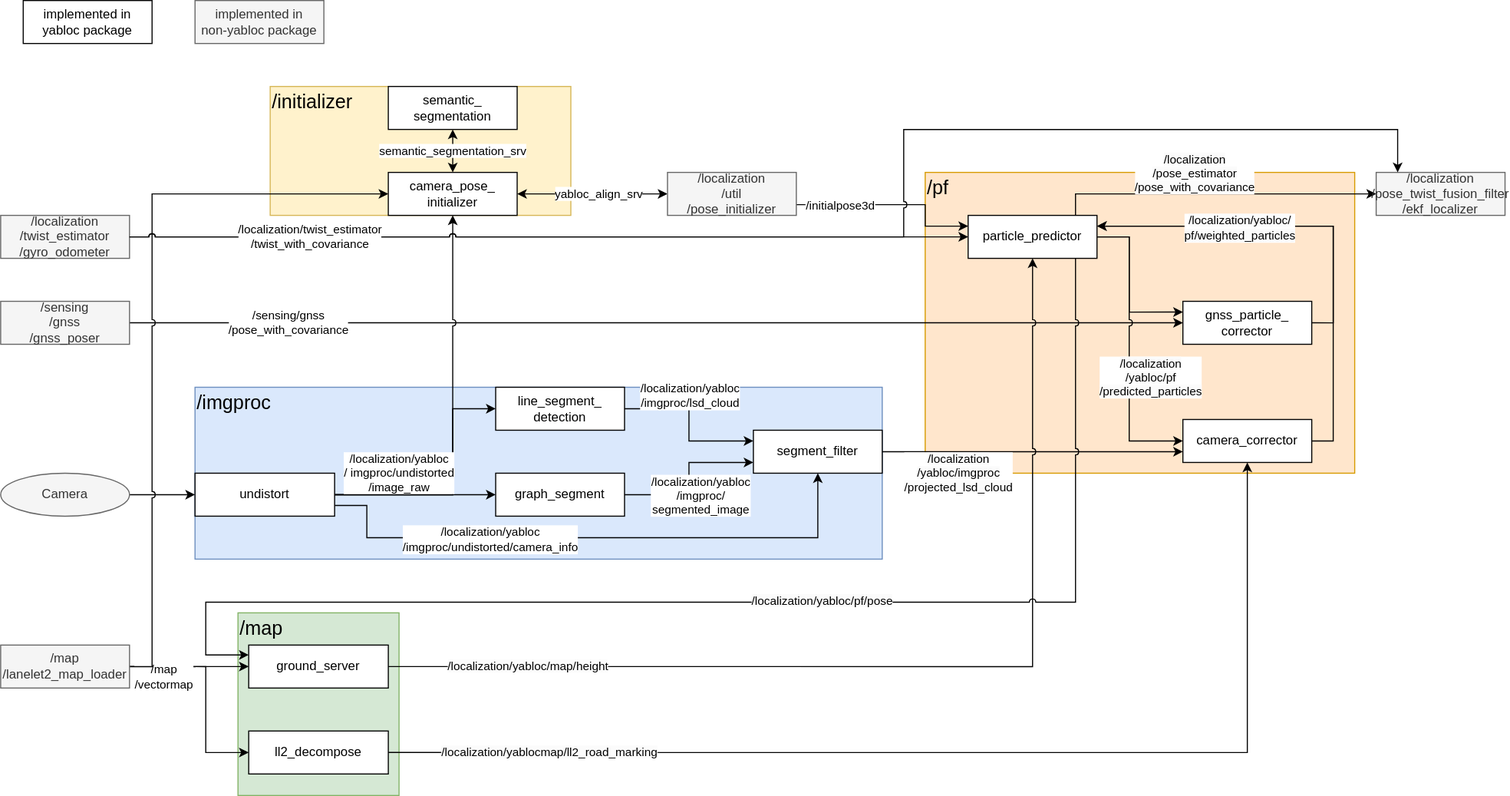
Before: localization/yabloc/docs/yabloc_architecture.drawio.svg, a diagram exported from draw.io (autowarefoundation/autoware.universe). Source tidied: cells renumbered, new cells last; positions are measured from the earlier drawing's top-left corner, leaving out a move shared by most shapes.
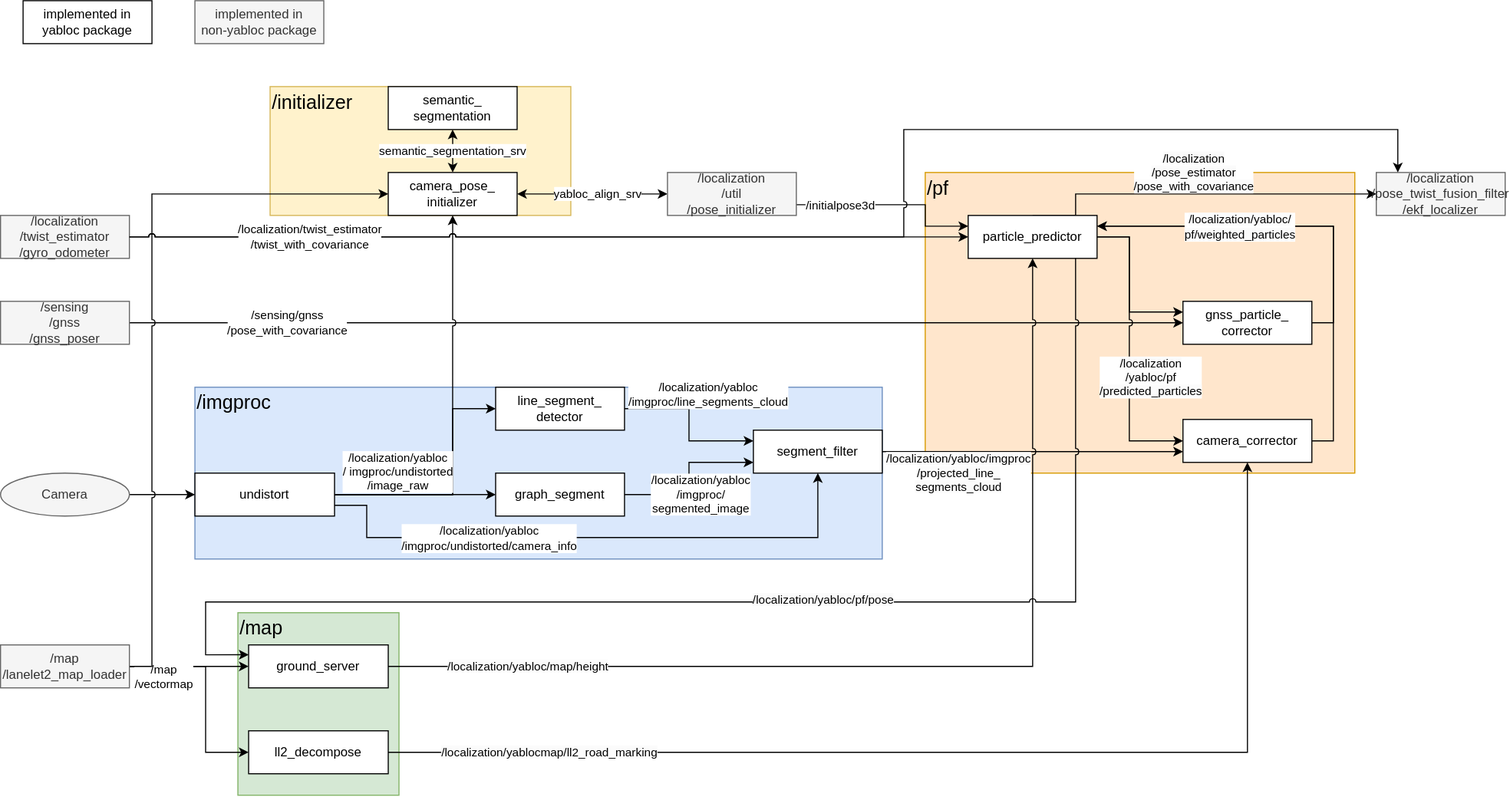
The same file after the commit.

Commit message:
rename lsd_node to line_segment_detector

What changed in the source:
```diff
@@ -130,12 +130,12 @@
     <mxCell id="31" style="edgeStyle=orthogonalEdgeStyle;rounded=0;jettySize=auto;html=1;entryX=0;entryY=0.25;entryDx=0;entryDy=0;" parent="1" edge="1" source="33" target="27">
       <mxGeometry relative="1" as="geometry" />
     </mxCell>
-    <mxCell id="32" value="&lt;span style=&quot;&quot;&gt;/localization/yabloc&lt;br&gt;/imgproc/lsd_cloud&lt;/span&gt;" style="edgeLabel;html=1;align=center;verticalAlign=middle;labelBackgroundColor=default;" parent="31" vertex="1">
+    <mxCell id="32" value="&lt;span style=&quot;&quot;&gt;/localization/yabloc&lt;br&gt;/imgproc/line_segments_cloud&lt;/span&gt;" style="edgeLabel;html=1;align=center;verticalAlign=middle;labelBackgroundColor=default;" parent="31" vertex="1">
       <mxGeometry x="-0.5" y="-1" relative="1" as="geometry">
-        <mxPoint x="22" y="-14" as="offset" />
+        <mxPoint x="40" y="-14" as="offset" />
       </mxGeometry>
     </mxCell>
-    <mxCell id="33" value="line_segment_&lt;br&gt;detection" style="rounded=0;whiteSpace=wrap;html=1;" parent="1" vertex="1">
+    <mxCell id="33" value="line_segment_&lt;br&gt;detector" style="rounded=0;whiteSpace=wrap;html=1;" parent="1" vertex="1">
       <mxGeometry x="461" y="360" width="120" height="40" as="geometry" />
     </mxCell>
     <mxCell id="34" value="&lt;font style=&quot;font-size: 18px;&quot;&gt;/imgproc&lt;/font&gt;" style="text;html=1;strokeColor=none;fillColor=none;align=left;verticalAlign=middle;whiteSpace=wrap;rounded=0;fontSize=11;" parent="1" vertex="1">
@@ -232,7 +232,7 @@
     <mxCell id="56" style="edgeStyle=orthogonalEdgeStyle;rounded=0;jettySize=auto;html=1;entryX=0;entryY=0.75;entryDx=0;entryDy=0;exitX=1;exitY=0.5;exitDx=0;exitDy=0;" parent="1" edge="1" source="27" target="26">
       <mxGeometry relative="1" as="geometry" />
     </mxCell>
-    <mxCell id="57" value="&lt;span style=&quot;background-color: rgb(251, 251, 251);&quot;&gt;/localization&lt;br&gt;/yabloc/imgproc&lt;br&gt;/projected_lsd_cloud&lt;/span&gt;" style="edgeLabel;html=1;align=center;verticalAlign=middle;" parent="56" vertex="1">
+    <mxCell id="57" value="&lt;span style=&quot;background-color: rgb(251, 251, 251);&quot;&gt;/localization/yabloc/imgproc&lt;br&gt;/projected_line_&lt;br&gt;segments_cloud&lt;/span&gt;" style="edgeLabel;html=1;align=center;verticalAlign=middle;" parent="56" vertex="1">
       <mxGeometry x="-0.63" relative="1" as="geometry">
         <mxPoint x="19" y="20" as="offset" />
       </mxGeometry>
```
